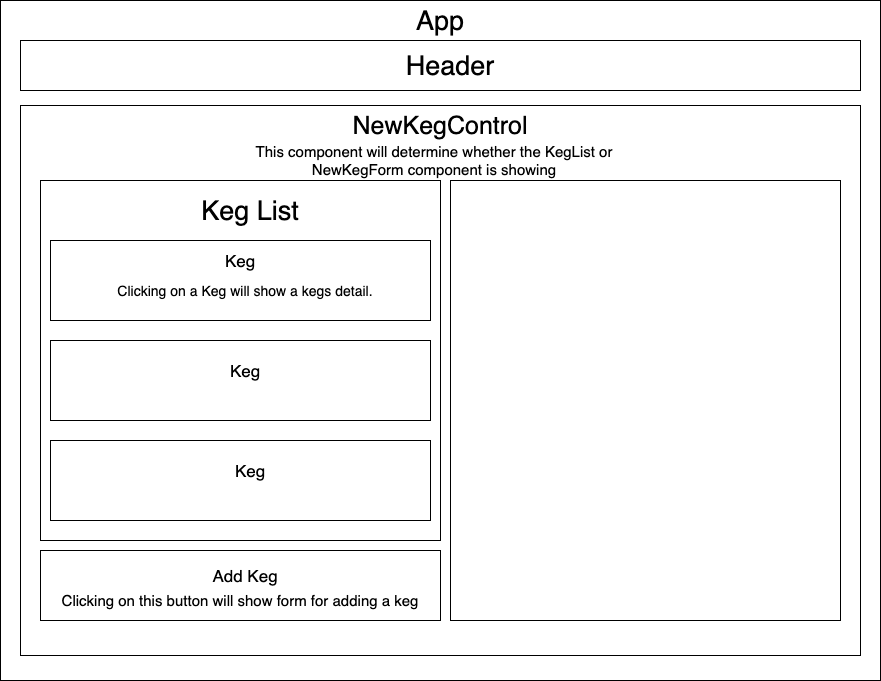
Before: img/Tap-Diagram2.png, a diagram exported from draw.io (ShonBurgundy/tap-room2). Source tidied: cells renumbered, new cells last; positions are measured from the earlier drawing's top-left corner, leaving out a move shared by most shapes.
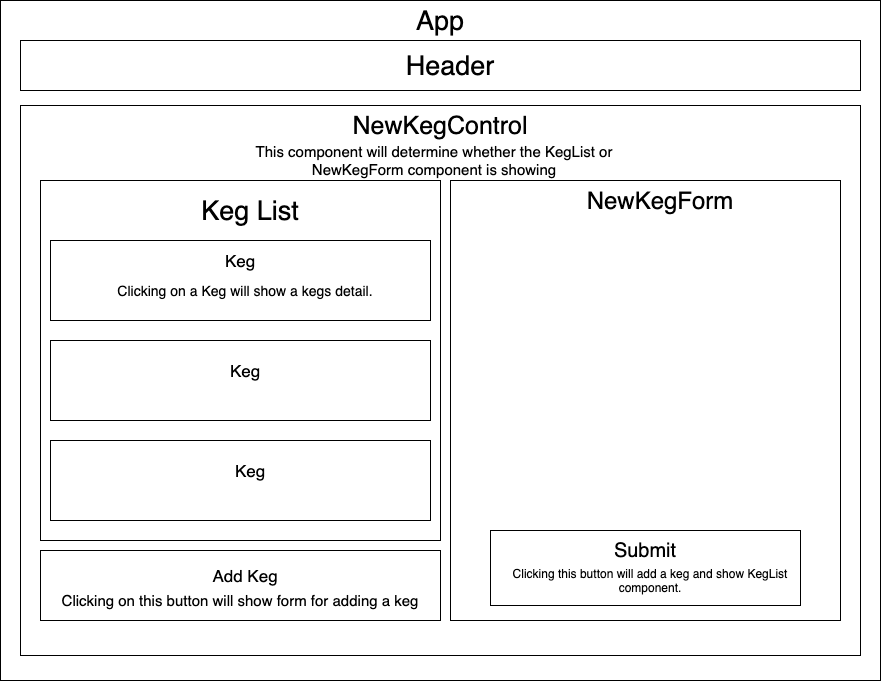
The same file after the commit.

Commit message:
add app diagram 3 to README

What changed in the source:
```diff
@@ -62,5 +62,17 @@
     <mxCell id="21" value="&lt;font style=&quot;font-size: 27px&quot;&gt;Header&lt;/font&gt;" style="text;html=1;strokeColor=none;fillColor=none;align=center;verticalAlign=middle;whiteSpace=wrap;rounded=0;" parent="1" vertex="1">
       <mxGeometry x="440" y="55" width="20" height="20" as="geometry" />
     </mxCell>
+    <mxCell id="22" style="rounded=0;whiteSpace=wrap;html=1;" parent="1" vertex="1">
+      <mxGeometry x="490" y="530" width="310" height="75" as="geometry" />
+    </mxCell>
+    <mxCell id="23" value="&lt;font style=&quot;font-size: 20px&quot;&gt;Submit&lt;/font&gt;" style="text;html=1;strokeColor=none;fillColor=none;align=center;verticalAlign=middle;whiteSpace=wrap;rounded=0;" parent="1" vertex="1">
+      <mxGeometry x="610" y="540" width="70" height="20" as="geometry" />
+    </mxCell>
+    <mxCell id="24" value="Clicking this button will add a keg and show KegList component." style="text;html=1;strokeColor=none;fillColor=none;align=center;verticalAlign=middle;whiteSpace=wrap;rounded=0;" parent="1" vertex="1">
+      <mxGeometry x="510" y="560" width="280" height="40" as="geometry" />
+    </mxCell>
+    <mxCell id="25" value="&lt;font style=&quot;font-size: 24px&quot;&gt;NewKegForm&lt;/font&gt;" style="text;html=1;strokeColor=none;fillColor=none;align=center;verticalAlign=middle;whiteSpace=wrap;rounded=0;" parent="1" vertex="1">
+      <mxGeometry x="590" y="190" width="140" height="20" as="geometry" />
+    </mxCell>
   </root>
 </mxGraphModel>
```
